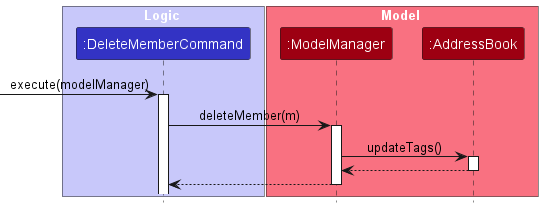
Above: docs/images/ViewTagsSequenceDiagram.png in nus-cs2103-AY2324S1/tp (PlantUML), before the change.
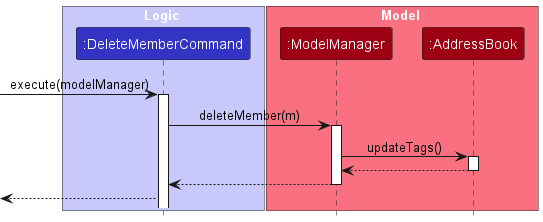
After the change.

Change to the diagram source:
```diff
@@ -26,4 +26,6 @@
 DeleteMemberCommand <-- ModelManager
 deactivate ModelManager
 
+<-- DeleteMemberCommand
+
 @enduml
```
